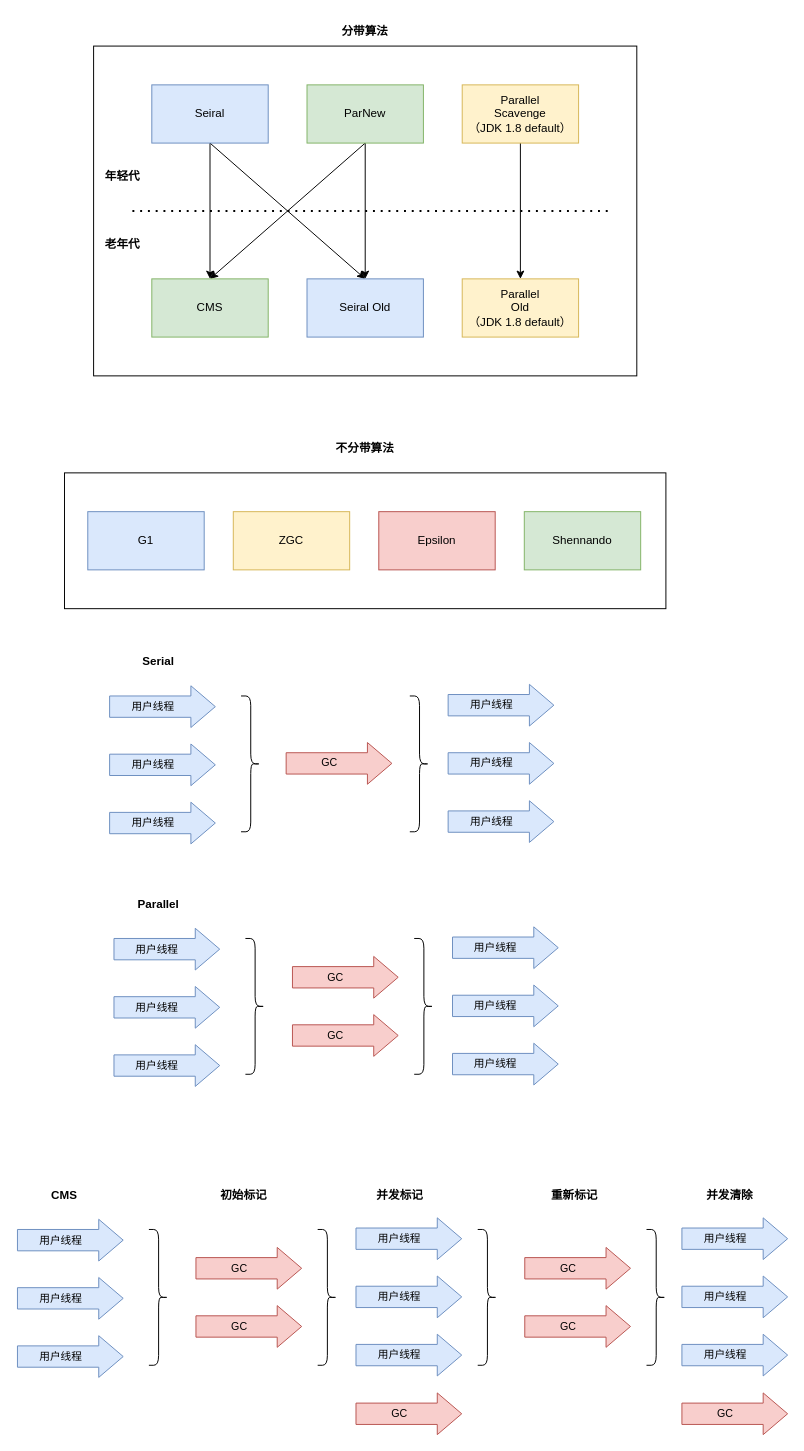
This is jvm/GC.drawio from thebesteric/draw.io, a draw.io file, before an edit. Source tidied: cells renumbered, new cells numbered last; positions are measured from the earlier drawing's top-left corner, leaving out a move shared by most shapes. Both pictures are drawn from the tidied source at 97%, with x=0, y=0 at pixel (16, 16).
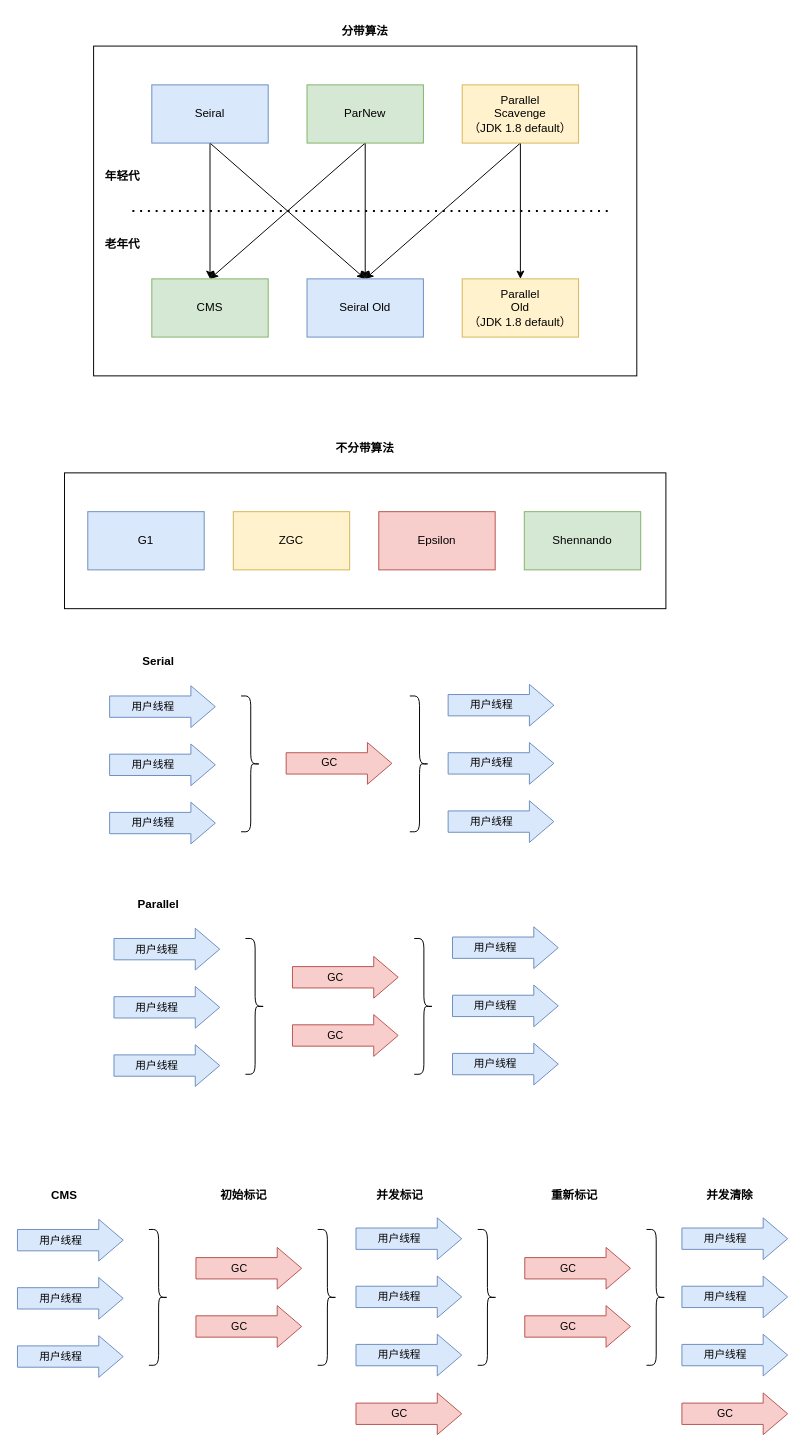
The same page after the edit.

The change refers to these unchanged cells:
```xml
<mxCell id="11" value="Parallel&lt;br&gt;Scavenge&lt;br&gt;（JDK 1.8 default）" style="rounded=0;whiteSpace=wrap;html=1;fillColor=#fff2cc;strokeColor=#d6b656;" parent="1" vertex="1">
  <mxGeometry x="459" y="70" width="120" height="60" as="geometry" />
</mxCell>
<mxCell id="13" value="Seiral Old" style="rounded=0;whiteSpace=wrap;html=1;fillColor=#dae8fc;strokeColor=#6c8ebf;" parent="1" vertex="1">
  <mxGeometry x="299" y="270" width="120" height="60" as="geometry" />
</mxCell>
```

What changed in the source:
```diff
@@
+    <mxCell id="99" style="edgeStyle=none;rounded=0;jettySize=auto;html=1;exitX=0.5;exitY=1;exitDx=0;exitDy=0;entryX=0.5;entryY=0;entryDx=0;entryDy=0;labelBackgroundColor=none;fontSize=14;fontColor=#000000;startArrow=none;startFill=0;" parent="1" edge="1" source="11" target="13">
+      <mxGeometry relative="1" as="geometry" />
+    </mxCell>
```
